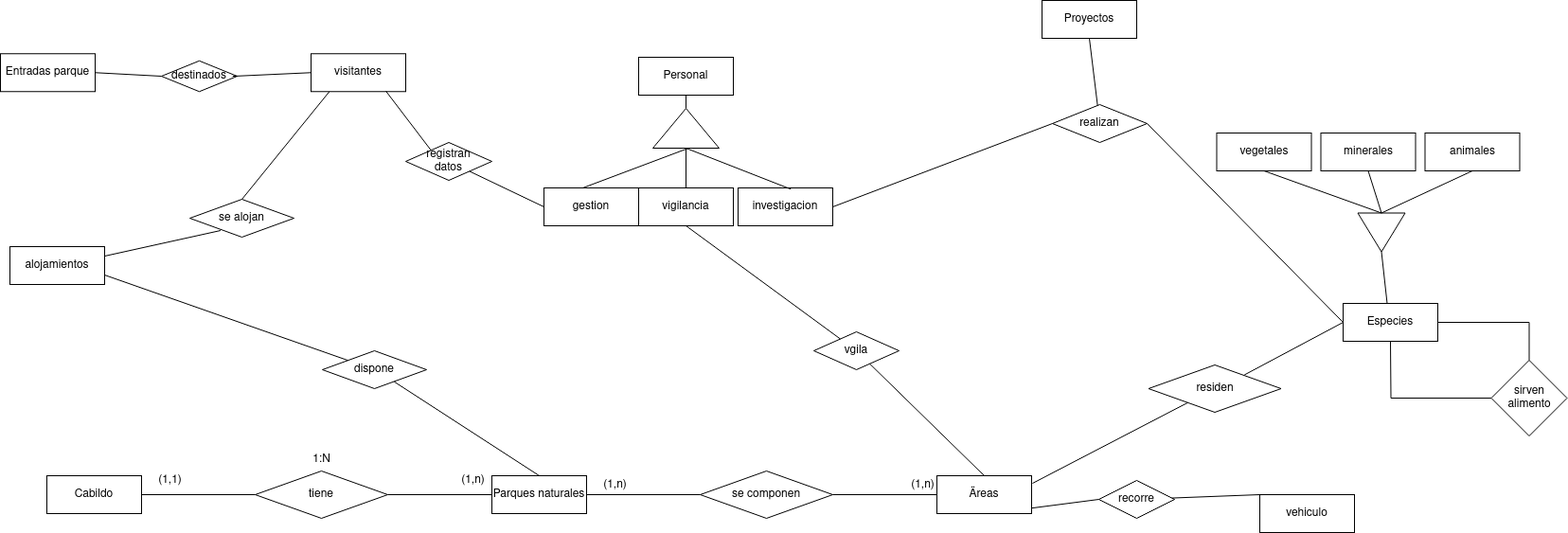
Before: Ejercicios/tarea2/tarea_E/diagramaFinal.png, a diagram exported from draw.io (adogonz23/BAE). Source tidied: cells renumbered, new cells last; positions are measured from the earlier drawing's top-left corner, leaving out a move shared by most shapes.
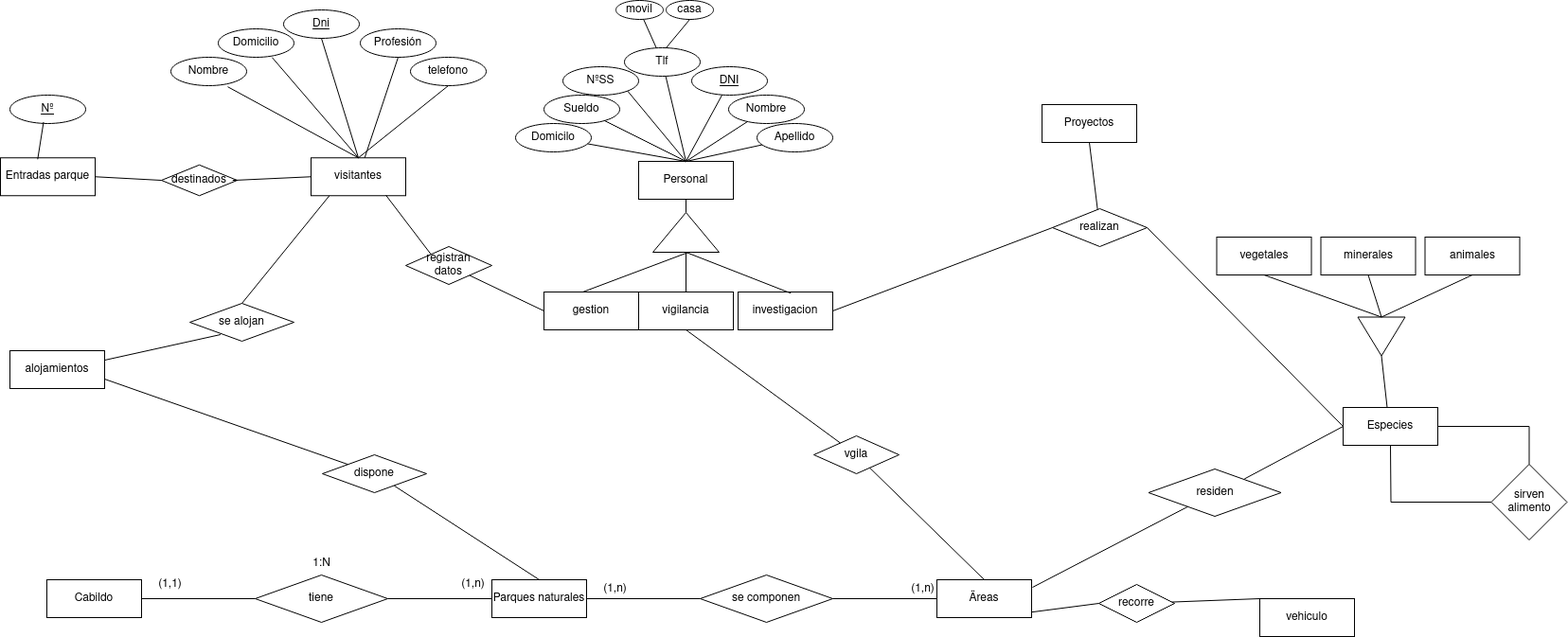
Later version of the same file.

What changed in the source:
```diff
@@ -216,5 +216,97 @@
     <mxCell id="67" style="endArrow=none;html=1;rounded=0;exitX=1.002;exitY=0.855;exitDx=0;exitDy=0;exitPerimeter=0;entryX=0;entryY=0.5;entryDx=0;entryDy=0;" parent="1" edge="1" source="10" target="41">
       <mxGeometry relative="1" as="geometry" />
     </mxCell>
+    <mxCell id="68" value="&lt;u&gt;Nº&lt;/u&gt;" style="ellipse;whiteSpace=wrap;html=1;" parent="1" vertex="1">
+      <mxGeometry x="10" y="-10" width="80" height="30" as="geometry" />
+    </mxCell>
+    <mxCell id="69" value="Nombre" style="ellipse;whiteSpace=wrap;html=1;" parent="1" vertex="1">
+      <mxGeometry x="180" y="-50" width="80" height="30" as="geometry" />
+    </mxCell>
+    <mxCell id="70" value="Domicilio" style="ellipse;whiteSpace=wrap;html=1;" parent="1" vertex="1">
+      <mxGeometry x="230" y="-80" width="80" height="30" as="geometry" />
+    </mxCell>
+    <mxCell id="71" value="&lt;u&gt;Dni&lt;/u&gt;" style="ellipse;whiteSpace=wrap;html=1;" parent="1" vertex="1">
+      <mxGeometry x="299" y="-100" width="80" height="30" as="geometry" />
+    </mxCell>
+    <mxCell id="72" value="Profesión" style="ellipse;whiteSpace=wrap;html=1;" parent="1" vertex="1">
+      <mxGeometry x="380" y="-80" width="80" height="30" as="geometry" />
+    </mxCell>
+    <mxCell id="73" value="telefono" style="ellipse;whiteSpace=wrap;html=1;" parent="1" vertex="1">
+      <mxGeometry x="433" y="-50" width="80" height="30" as="geometry" />
+    </mxCell>
+    <mxCell id="74" value="Domicilo" style="ellipse;whiteSpace=wrap;html=1;" parent="1" vertex="1">
+      <mxGeometry x="544" y="20" width="80" height="30" as="geometry" />
+    </mxCell>
+    <mxCell id="75" value="Sueldo" style="ellipse;whiteSpace=wrap;html=1;" parent="1" vertex="1">
+      <mxGeometry x="574" y="-10" width="80" height="30" as="geometry" />
+    </mxCell>
+    <mxCell id="76" value="NºSS" style="ellipse;whiteSpace=wrap;html=1;" parent="1" vertex="1">
+      <mxGeometry x="594" y="-40" width="80" height="30" as="geometry" />
+    </mxCell>
+    <mxCell id="77" value="Tlf" style="ellipse;whiteSpace=wrap;html=1;" parent="1" vertex="1">
+      <mxGeometry x="659" y="-60" width="80" height="30" as="geometry" />
+    </mxCell>
+    <mxCell id="78" value="&lt;u&gt;DNI&lt;/u&gt;" style="ellipse;whiteSpace=wrap;html=1;" parent="1" vertex="1">
+      <mxGeometry x="730" y="-40" width="80" height="30" as="geometry" />
+    </mxCell>
+    <mxCell id="79" value="Nombre" style="ellipse;whiteSpace=wrap;html=1;" parent="1" vertex="1">
+      <mxGeometry x="769" y="-10" width="80" height="30" as="geometry" />
+    </mxCell>
+    <mxCell id="80" value="Apellido" style="ellipse;whiteSpace=wrap;html=1;" parent="1" vertex="1">
+      <mxGeometry x="799" y="20" width="80" height="30" as="geometry" />
+    </mxCell>
+    <mxCell id="81" value="movil" style="ellipse;whiteSpace=wrap;html=1;" parent="1" vertex="1">
+      <mxGeometry x="650" y="-110" width="50" height="20" as="geometry" />
+    </mxCell>
+    <mxCell id="82" value="casa" style="ellipse;whiteSpace=wrap;html=1;" parent="1" vertex="1">
+      <mxGeometry x="703" y="-110" width="50" height="20" as="geometry" />
+    </mxCell>
+    <mxCell id="83" style="endArrow=none;html=1;rounded=0;exitX=0.393;exitY=0.038;exitDx=0;exitDy=0;exitPerimeter=0;entryX=0.444;entryY=0.948;entryDx=0;entryDy=0;entryPerimeter=0;" parent="1" edge="1" source="28" target="68">
+      <mxGeometry relative="1" as="geometry" />
+    </mxCell>
+    <mxCell id="84" style="endArrow=none;html=1;rounded=0;entryX=0.5;entryY=1;entryDx=0;entryDy=0;exitX=0.5;exitY=0;exitDx=0;exitDy=0;" parent="1" edge="1" source="27" target="73">
+      <mxGeometry relative="1" as="geometry" />
+    </mxCell>
+    <mxCell id="85" style="endArrow=none;html=1;rounded=0;entryX=0.5;entryY=1;entryDx=0;entryDy=0;" parent="1" edge="1" source="27" target="72">
+      <mxGeometry relative="1" as="geometry" />
+    </mxCell>
+    <mxCell id="86" style="endArrow=none;html=1;rounded=0;entryX=0.5;entryY=1;entryDx=0;entryDy=0;exitX=0.5;exitY=0;exitDx=0;exitDy=0;" parent="1" edge="1" source="27" target="71">
+      <mxGeometry relative="1" as="geometry" />
+    </mxCell>
+    <mxCell id="87" style="endArrow=none;html=1;rounded=0;entryX=0.711;entryY=1.006;entryDx=0;entryDy=0;entryPerimeter=0;exitX=0.5;exitY=0;exitDx=0;exitDy=0;" parent="1" edge="1" source="27" target="70">
+      <mxGeometry relative="1" as="geometry" />
+    </mxCell>
+    <mxCell id="88" style="endArrow=none;html=1;rounded=0;entryX=0.75;entryY=1.04;entryDx=0;entryDy=0;entryPerimeter=0;exitX=0.5;exitY=0;exitDx=0;exitDy=0;" parent="1" edge="1" source="27" target="69">
+      <mxGeometry relative="1" as="geometry" />
+    </mxCell>
+    <mxCell id="89" style="endArrow=none;html=1;rounded=0;entryX=0.5;entryY=1;entryDx=0;entryDy=0;exitX=0.547;exitY=0.014;exitDx=0;exitDy=0;exitPerimeter=0;" parent="1" edge="1" source="77" target="82">
+      <mxGeometry relative="1" as="geometry" />
+    </mxCell>
+    <mxCell id="90" style="endArrow=none;html=1;rounded=0;" parent="1" edge="1" source="77" target="81">
+      <mxGeometry relative="1" as="geometry" />
+    </mxCell>
+    <mxCell id="91" style="endArrow=none;html=1;rounded=0;entryX=0.5;entryY=0;entryDx=0;entryDy=0;" parent="1" edge="1" source="74" target="17">
+      <mxGeometry relative="1" as="geometry" />
+    </mxCell>
+    <mxCell id="92" style="endArrow=none;html=1;rounded=0;entryX=0.5;entryY=0;entryDx=0;entryDy=0;" parent="1" edge="1" source="75" target="17">
+      <mxGeometry relative="1" as="geometry" />
+    </mxCell>
+    <mxCell id="93" style="endArrow=none;html=1;rounded=0;exitX=1;exitY=1;exitDx=0;exitDy=0;entryX=0.5;entryY=0;entryDx=0;entryDy=0;" parent="1" edge="1" source="76" target="17">
+      <mxGeometry relative="1" as="geometry" />
+    </mxCell>
+    <mxCell id="94" style="endArrow=none;html=1;rounded=0;entryX=0.5;entryY=0;entryDx=0;entryDy=0;" parent="1" edge="1" source="80" target="17">
+      <mxGeometry relative="1" as="geometry" />
+    </mxCell>
+    <mxCell id="95" style="endArrow=none;html=1;rounded=0;entryX=0.5;entryY=0;entryDx=0;entryDy=0;" parent="1" edge="1" source="79" target="17">
+      <mxGeometry relative="1" as="geometry" />
+    </mxCell>
+    <mxCell id="96" style="endArrow=none;html=1;rounded=0;" parent="1" edge="1" source="77">
+      <mxGeometry relative="1" as="geometry">
+        <mxPoint x="724" y="60" as="targetPoint" />
+      </mxGeometry>
+    </mxCell>
+    <mxCell id="97" style="endArrow=none;html=1;rounded=0;entryX=0.495;entryY=0.023;entryDx=0;entryDy=0;entryPerimeter=0;" parent="1" edge="1" source="78" target="17">
+      <mxGeometry relative="1" as="geometry" />
+    </mxCell>
   </root>
 </mxGraphModel>
```
